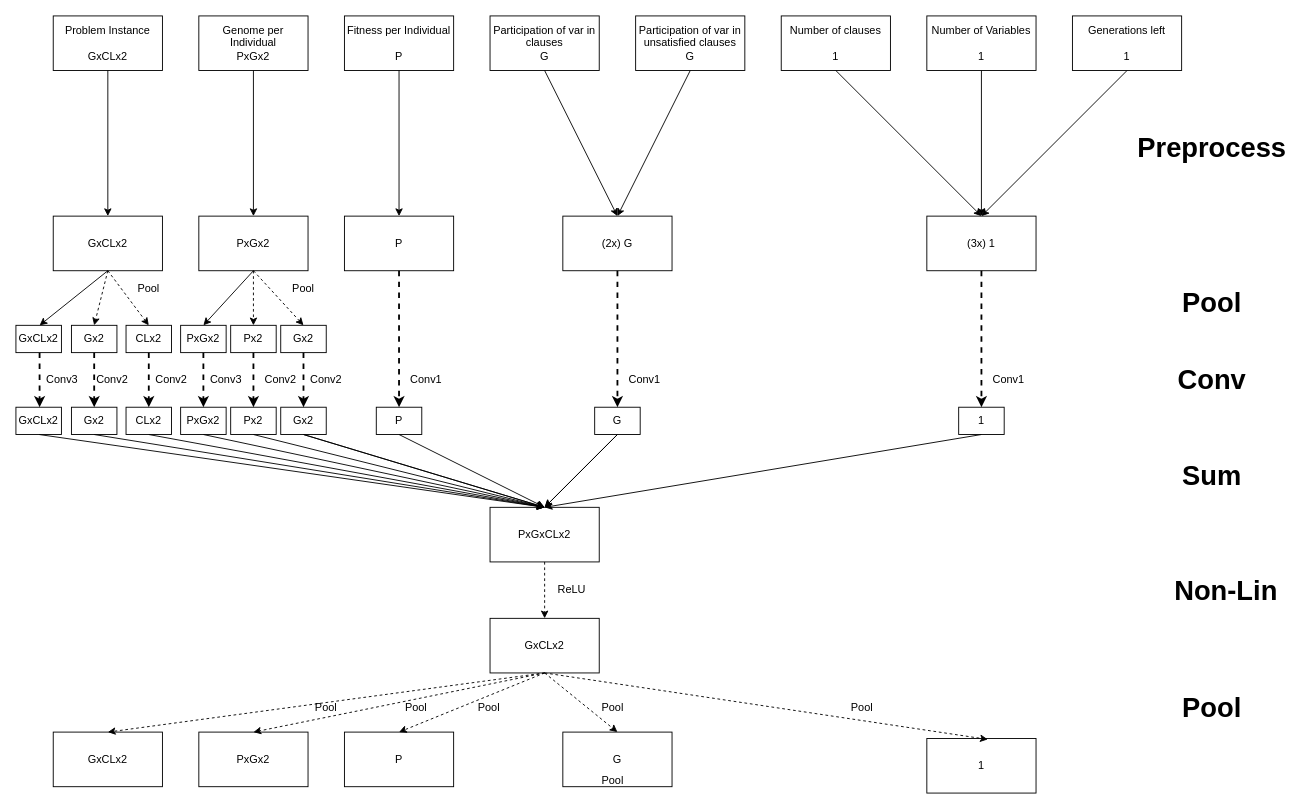
KreitnerL/sat-evolution keeps this draw.io diagram as DOCS/new_approach.drawio. Above is the earlier version. Source tidied: cells renumbered, new cells numbered last; positions are measured from the earlier drawing's top-left corner, leaving out a move shared by most shapes. Both pictures are drawn from the tidied source at 91%, with x=0, y=0 at pixel (15, 15).
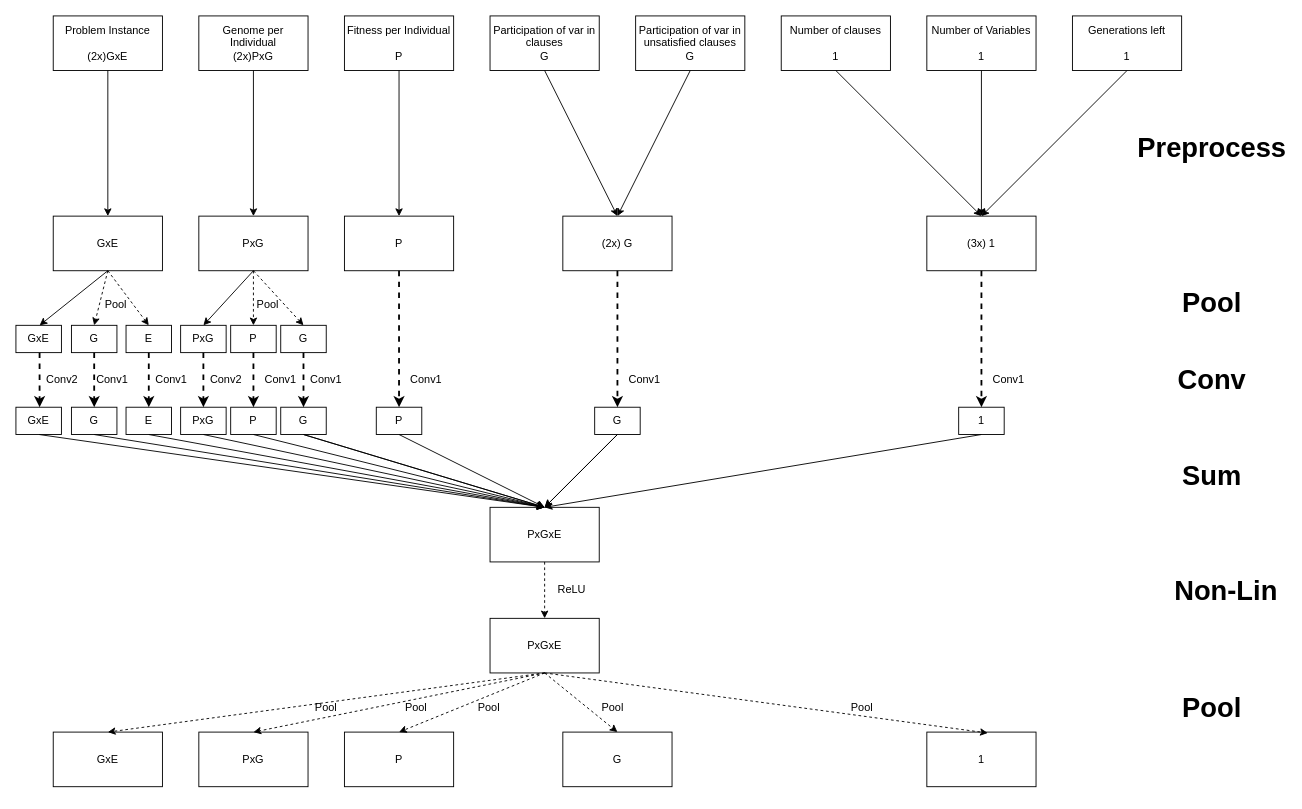
Above is the later version.

Commit message (it also covers changes not shown here):
docs: update approach graph

Diff of the diagram source:
```diff
@@
-    <mxCell id="2" value="Problem Instance&lt;br&gt;&lt;br&gt;GxCLx2" style="rounded=0;whiteSpace=wrap;html=1;" parent="1" vertex="1">
+    <mxCell id="2" value="Problem Instance&lt;br&gt;&lt;br&gt;(2x)GxE" style="rounded=0;whiteSpace=wrap;html=1;" parent="1" vertex="1">
       <mxGeometry x="41" width="120" height="60" as="geometry" />
     </mxCell>
-    <mxCell id="3" value="Genome per Individual&lt;br&gt;PxGx2" style="rounded=0;whiteSpace=wrap;html=1;" parent="1" vertex="1">
+    <mxCell id="3" value="Genome per Individual&lt;br&gt;(2x)PxG" style="rounded=0;whiteSpace=wrap;html=1;" parent="1" vertex="1">
       <mxGeometry x="201" width="120" height="60" as="geometry" />
     </mxCell>
@@
-    <mxCell id="10" value="GxCLx2" style="rounded=0;whiteSpace=wrap;html=1;" parent="1" vertex="1">
+    <mxCell id="10" value="GxE" style="rounded=0;whiteSpace=wrap;html=1;" parent="1" vertex="1">
       <mxGeometry x="41" y="220" width="120" height="60" as="geometry" />
     </mxCell>
-    <mxCell id="11" value="PxGx2" style="rounded=0;whiteSpace=wrap;html=1;" parent="1" vertex="1">
+    <mxCell id="11" value="PxG" style="rounded=0;whiteSpace=wrap;html=1;" parent="1" vertex="1">
       <mxGeometry x="201" y="220" width="120" height="60" as="geometry" />
     </mxCell>
@@
-    <mxCell id="23" value="GxCLx2" style="rounded=0;whiteSpace=wrap;html=1;" parent="1" vertex="1">
+    <mxCell id="23" value="GxE" style="rounded=0;whiteSpace=wrap;html=1;" parent="1" vertex="1">
       <mxGeometry y="340" width="50" height="30" as="geometry" />
     </mxCell>
-    <mxCell id="24" value="Gx2" style="rounded=0;whiteSpace=wrap;html=1;" parent="1" vertex="1">
+    <mxCell id="24" value="G" style="rounded=0;whiteSpace=wrap;html=1;" parent="1" vertex="1">
       <mxGeometry x="61" y="340" width="50" height="30" as="geometry" />
     </mxCell>
-    <mxCell id="25" value="CLx2" style="rounded=0;whiteSpace=wrap;html=1;" parent="1" vertex="1">
+    <mxCell id="25" value="E" style="rounded=0;whiteSpace=wrap;html=1;" parent="1" vertex="1">
       <mxGeometry x="121" y="340" width="50" height="30" as="geometry" />
     </mxCell>
-    <mxCell id="26" value="PxGx2" style="rounded=0;whiteSpace=wrap;html=1;" parent="1" vertex="1">
+    <mxCell id="26" value="PxG" style="rounded=0;whiteSpace=wrap;html=1;" parent="1" vertex="1">
       <mxGeometry x="181" y="340" width="50" height="30" as="geometry" />
     </mxCell>
-    <mxCell id="27" value="Px2" style="rounded=0;whiteSpace=wrap;html=1;" parent="1" vertex="1">
+    <mxCell id="27" value="P" style="rounded=0;whiteSpace=wrap;html=1;" parent="1" vertex="1">
       <mxGeometry x="236" y="340" width="50" height="30" as="geometry" />
     </mxCell>
-    <mxCell id="28" value="Gx2" style="rounded=0;whiteSpace=wrap;html=1;" parent="1" vertex="1">
+    <mxCell id="28" value="G" style="rounded=0;whiteSpace=wrap;html=1;" parent="1" vertex="1">
       <mxGeometry x="291" y="340" width="50" height="30" as="geometry" />
     </mxCell>
@@
-    <mxCell id="35" value="GxCLx2" style="rounded=0;whiteSpace=wrap;html=1;" parent="1" vertex="1">
+    <mxCell id="35" value="GxE" style="rounded=0;whiteSpace=wrap;html=1;" parent="1" vertex="1">
       <mxGeometry y="430" width="50" height="30" as="geometry" />
     </mxCell>
-    <mxCell id="36" value="Gx2" style="rounded=0;whiteSpace=wrap;html=1;" parent="1" vertex="1">
+    <mxCell id="36" value="G" style="rounded=0;whiteSpace=wrap;html=1;" parent="1" vertex="1">
       <mxGeometry x="61" y="430" width="50" height="30" as="geometry" />
     </mxCell>
-    <mxCell id="37" value="CLx2" style="rounded=0;whiteSpace=wrap;html=1;" parent="1" vertex="1">
+    <mxCell id="37" value="E" style="rounded=0;whiteSpace=wrap;html=1;" parent="1" vertex="1">
       <mxGeometry x="121" y="430" width="50" height="30" as="geometry" />
     </mxCell>
-    <mxCell id="38" value="PxGx2" style="rounded=0;whiteSpace=wrap;html=1;" parent="1" vertex="1">
+    <mxCell id="38" value="PxG" style="rounded=0;whiteSpace=wrap;html=1;" parent="1" vertex="1">
       <mxGeometry x="181" y="430" width="50" height="30" as="geometry" />
     </mxCell>
-    <mxCell id="39" value="Px2" style="rounded=0;whiteSpace=wrap;html=1;" parent="1" vertex="1">
+    <mxCell id="39" value="P" style="rounded=0;whiteSpace=wrap;html=1;" parent="1" vertex="1">
       <mxGeometry x="236" y="430" width="50" height="30" as="geometry" />
     </mxCell>
-    <mxCell id="40" value="Gx2" style="rounded=0;whiteSpace=wrap;html=1;" parent="1" vertex="1">
+    <mxCell id="40" value="G" style="rounded=0;whiteSpace=wrap;html=1;" parent="1" vertex="1">
       <mxGeometry x="291" y="430" width="50" height="30" as="geometry" />
     </mxCell>
@@
-    <mxCell id="53" value="PxGxCLx2" style="rounded=0;whiteSpace=wrap;html=1;" parent="1" vertex="1">
+    <mxCell id="53" value="PxGxE" style="rounded=0;whiteSpace=wrap;html=1;" parent="1" vertex="1">
       <mxGeometry x="521" y="540" width="120" height="60" as="geometry" />
     </mxCell>
@@
-    <mxCell id="65" value="GxCLx2" style="rounded=0;whiteSpace=wrap;html=1;" parent="1" vertex="1">
+    <mxCell id="65" value="PxGxE" style="rounded=0;whiteSpace=wrap;html=1;" parent="1" vertex="1">
       <mxGeometry x="521" y="662" width="120" height="60" as="geometry" />
     </mxCell>
@@
     <mxCell id="67" value="Pool" style="text;html=1;strokeColor=none;fillColor=none;align=center;verticalAlign=middle;whiteSpace=wrap;rounded=0;" parent="1" vertex="1">
-      <mxGeometry x="126" y="290" width="40" height="20" as="geometry" />
+      <mxGeometry x="90" y="307" width="40" height="20" as="geometry" />
     </mxCell>
     <mxCell id="68" value="Pool" style="text;html=1;strokeColor=none;fillColor=none;align=center;verticalAlign=middle;whiteSpace=wrap;rounded=0;" parent="1" vertex="1">
-      <mxGeometry x="296" y="290" width="40" height="20" as="geometry" />
+      <mxGeometry x="257" y="307" width="40" height="20" as="geometry" />
     </mxCell>
-    <mxCell id="69" value="Conv3" style="text;html=1;strokeColor=none;fillColor=none;align=center;verticalAlign=middle;whiteSpace=wrap;rounded=0;" parent="1" vertex="1">
+    <mxCell id="69" value="Conv2" style="text;html=1;strokeColor=none;fillColor=none;align=center;verticalAlign=middle;whiteSpace=wrap;rounded=0;" parent="1" vertex="1">
       <mxGeometry x="31" y="390" width="40" height="20" as="geometry" />
     </mxCell>
-    <mxCell id="70" value="Conv3" style="text;html=1;strokeColor=none;fillColor=none;align=center;verticalAlign=middle;whiteSpace=wrap;rounded=0;" parent="1" vertex="1">
+    <mxCell id="70" value="Conv2" style="text;html=1;strokeColor=none;fillColor=none;align=center;verticalAlign=middle;whiteSpace=wrap;rounded=0;" parent="1" vertex="1">
       <mxGeometry x="211" y="390" width="40" height="20" as="geometry" />
     </mxCell>
-    <mxCell id="71" value="Conv2" style="text;html=1;strokeColor=none;fillColor=none;align=center;verticalAlign=middle;whiteSpace=wrap;rounded=0;" parent="1" vertex="1">
+    <mxCell id="71" value="Conv1" style="text;html=1;strokeColor=none;fillColor=none;align=center;verticalAlign=middle;whiteSpace=wrap;rounded=0;" parent="1" vertex="1">
       <mxGeometry x="86" y="390" width="40" height="20" as="geometry" />
     </mxCell>
-    <mxCell id="72" value="Conv2" style="text;html=1;strokeColor=none;fillColor=none;align=center;verticalAlign=middle;whiteSpace=wrap;rounded=0;" parent="1" vertex="1">
+    <mxCell id="72" value="Conv1" style="text;html=1;strokeColor=none;fillColor=none;align=center;verticalAlign=middle;whiteSpace=wrap;rounded=0;" parent="1" vertex="1">
       <mxGeometry x="151" y="390" width="40" height="20" as="geometry" />
     </mxCell>
-    <mxCell id="73" value="Conv2" style="text;html=1;strokeColor=none;fillColor=none;align=center;verticalAlign=middle;whiteSpace=wrap;rounded=0;" parent="1" vertex="1">
+    <mxCell id="73" value="Conv1" style="text;html=1;strokeColor=none;fillColor=none;align=center;verticalAlign=middle;whiteSpace=wrap;rounded=0;" parent="1" vertex="1">
       <mxGeometry x="271" y="390" width="40" height="20" as="geometry" />
     </mxCell>
-    <mxCell id="74" value="Conv2" style="text;html=1;strokeColor=none;fillColor=none;align=center;verticalAlign=middle;whiteSpace=wrap;rounded=0;" parent="1" vertex="1">
+    <mxCell id="74" value="Conv1" style="text;html=1;strokeColor=none;fillColor=none;align=center;verticalAlign=middle;whiteSpace=wrap;rounded=0;" parent="1" vertex="1">
       <mxGeometry x="321" y="390" width="40" height="20" as="geometry" />
     </mxCell>
@@
-    <mxCell id="84" value="GxCLx2" style="rounded=0;whiteSpace=wrap;html=1;" parent="1" vertex="1">
+    <mxCell id="84" value="GxE" style="rounded=0;whiteSpace=wrap;html=1;" parent="1" vertex="1">
       <mxGeometry x="41" y="787" width="120" height="60" as="geometry" />
     </mxCell>
-    <mxCell id="85" value="PxGx2" style="rounded=0;whiteSpace=wrap;html=1;" parent="1" vertex="1">
+    <mxCell id="85" value="PxG" style="rounded=0;whiteSpace=wrap;html=1;" parent="1" vertex="1">
       <mxGeometry x="201" y="787" width="120" height="60" as="geometry" />
     </mxCell>
@@
     <mxCell id="88" value="1" style="rounded=0;whiteSpace=wrap;html=1;" parent="1" vertex="1">
-      <mxGeometry x="1001" y="794" width="120" height="60" as="geometry" />
+      <mxGeometry x="1001" y="787" width="120" height="60" as="geometry" />
     </mxCell>
@@
-    <mxCell id="92" value="Pool" style="text;html=1;strokeColor=none;fillColor=none;align=center;verticalAlign=middle;whiteSpace=wrap;rounded=0;" parent="1" vertex="1">
-      <mxGeometry x="636" y="830" width="40" height="20" as="geometry" />
-    </mxCell>
```
